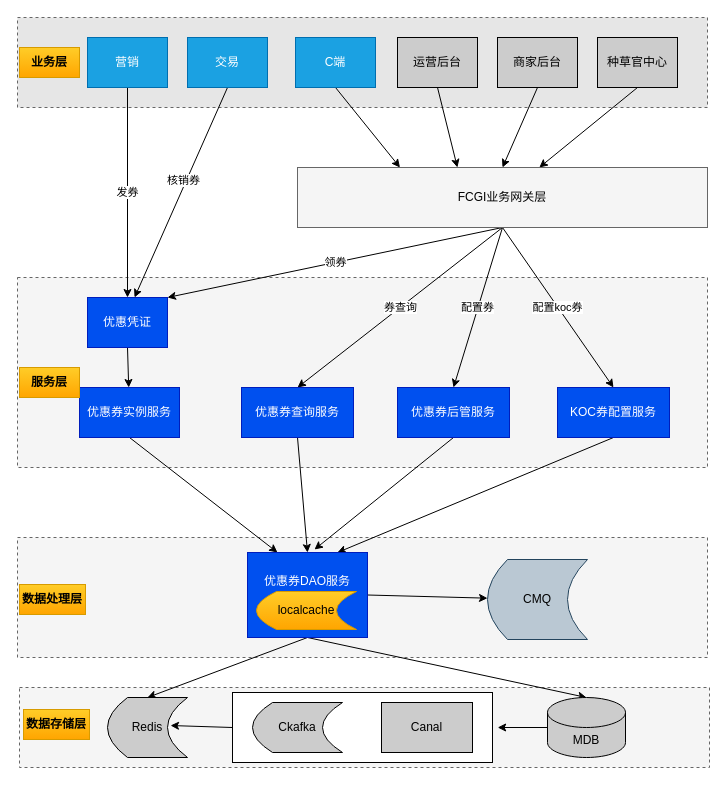
The draw.io diagram page "Page-38" (30 of 31) of Untitled Diagram.drawio in zengcrvip/basedemo, before the edit. Source tidied: cells renumbered, new cells numbered last; positions are measured from the earlier drawing's top-left corner, leaving out a move shared by most shapes. Both pictures are drawn from the tidied source at 100%, with x=0, y=0 at pixel (17, 17).
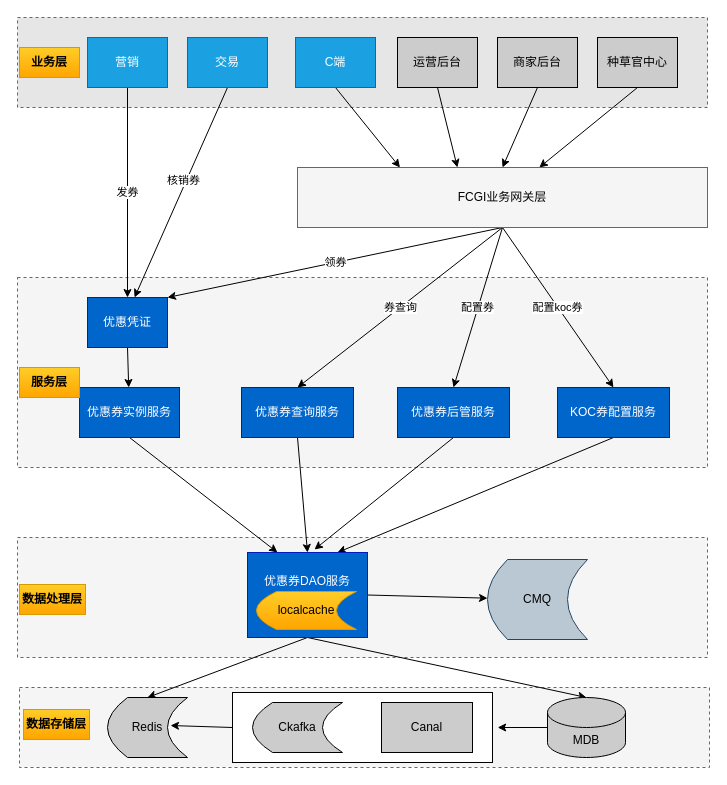
The same page after the edit.

Diff of the diagram source:
```diff
@@
-    <mxCell id="25" value="优惠凭证" style="rounded=0;whiteSpace=wrap;html=1;fillColor=#0050ef;fontColor=#ffffff;strokeColor=#001DBC;" parent="1" vertex="1">
+    <mxCell id="25" value="优惠凭证" style="rounded=0;whiteSpace=wrap;html=1;fillColor=#0066CC;fontColor=#ffffff;strokeColor=#001DBC;" parent="1" vertex="1">
       <mxGeometry x="70" y="280" width="80" height="50" as="geometry" />
     </mxCell>
@@
-    <mxCell id="28" value="优惠券实例服务" style="rounded=0;whiteSpace=wrap;html=1;fillColor=#0050ef;fontColor=#ffffff;strokeColor=#001DBC;" parent="1" vertex="1">
+    <mxCell id="28" value="优惠券实例服务" style="rounded=0;whiteSpace=wrap;html=1;fillColor=#0066CC;fontColor=#ffffff;strokeColor=#001DBC;" parent="1" vertex="1">
       <mxGeometry x="62" y="370" width="100" height="50" as="geometry" />
     </mxCell>
@@
-    <mxCell id="30" value="优惠券后管服务" style="rounded=0;whiteSpace=wrap;html=1;fillColor=#0050ef;fontColor=#ffffff;strokeColor=#001DBC;" parent="1" vertex="1">
+    <mxCell id="30" value="优惠券后管服务" style="rounded=0;whiteSpace=wrap;html=1;fillColor=#0066CC;fontColor=#ffffff;strokeColor=#001DBC;" parent="1" vertex="1">
       <mxGeometry x="380" y="370" width="112" height="50" as="geometry" />
     </mxCell>
@@
-    <mxCell id="32" value="KOC券配置服务" style="rounded=0;whiteSpace=wrap;html=1;fillColor=#0050ef;fontColor=#ffffff;strokeColor=#001DBC;" parent="1" vertex="1">
+    <mxCell id="32" value="KOC券配置服务" style="rounded=0;whiteSpace=wrap;html=1;fillColor=#0066CC;fontColor=#ffffff;strokeColor=#001DBC;" parent="1" vertex="1">
       <mxGeometry x="540" y="370" width="112" height="50" as="geometry" />
     </mxCell>
@@
-    <mxCell id="38" value="优惠券DAO服务&lt;br&gt;&lt;br&gt;&lt;br&gt;" style="rounded=0;whiteSpace=wrap;html=1;fillColor=#0050ef;fontColor=#ffffff;strokeColor=#001DBC;" parent="1" vertex="1">
+    <mxCell id="38" value="优惠券DAO服务&lt;br&gt;&lt;br&gt;&lt;br&gt;" style="rounded=0;whiteSpace=wrap;html=1;fillColor=#0066CC;fontColor=#ffffff;strokeColor=#001DBC;" parent="1" vertex="1">
       <mxGeometry x="230" y="535" width="120" height="85" as="geometry" />
     </mxCell>
@@
-    <mxCell id="50" value="优惠券查询服务" style="rounded=0;whiteSpace=wrap;html=1;fillColor=#0050ef;fontColor=#ffffff;strokeColor=#001DBC;" parent="1" vertex="1">
+    <mxCell id="50" value="优惠券查询服务" style="rounded=0;whiteSpace=wrap;html=1;fillColor=#0066CC;fontColor=#ffffff;strokeColor=#001DBC;" parent="1" vertex="1">
       <mxGeometry x="224" y="370" width="112" height="50" as="geometry" />
     </mxCell>
```
